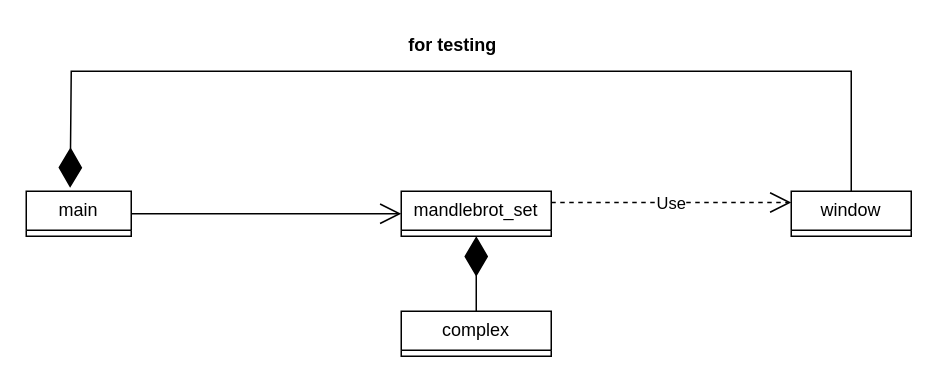
Earlier version of the draw.io diagram class_diagram.drawio (pascaldube01/mandlebrotCPlusPlus). Source tidied: cells renumbered, new cells numbered last; positions are measured from the earlier drawing's top-left corner, leaving out a move shared by most shapes. Both pictures are drawn from the tidied source at 150%, with x=0, y=0 at pixel (26, 26).
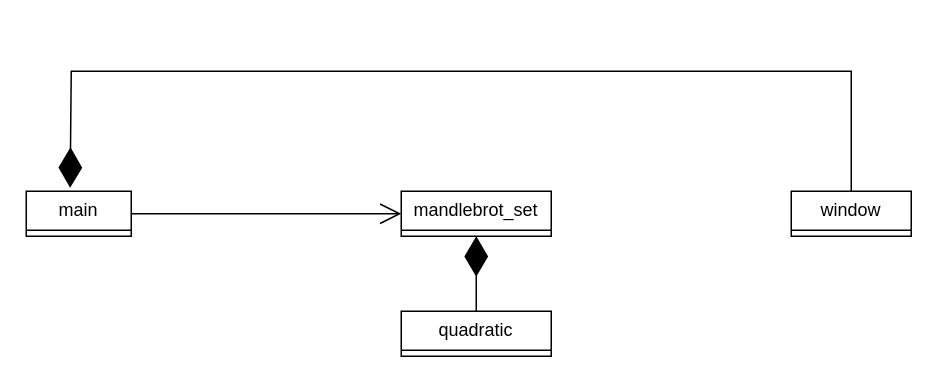
After the change.

Commit message (it also covers changes not shown here):
added quadratic recurence equation

Change to the diagram source:
```diff
@@
 <mxGraphModel>
   <root>
     <mxCell id="0" />
     <mxCell id="1" parent="0" />
     <mxCell id="2" value="window" style="swimlane;fontStyle=0;horizontal=1;startSize=26;fillColor=none;whiteSpace=wrap;html=1;" parent="1" vertex="1" collapsed="1">
       <mxGeometry x="510" y="110" width="80" height="30" as="geometry" />
     </mxCell>
     <mxCell id="3" value="mandlebrot_set" style="swimlane;fontStyle=0;horizontal=1;startSize=26;fillColor=none;whiteSpace=wrap;html=1;" parent="1" vertex="1" collapsed="1">
       <mxGeometry x="250" y="110" width="100" height="30" as="geometry" />
     </mxCell>
-    <mxCell id="4" value="Use" style="endArrow=open;endSize=12;dashed=1;html=1;rounded=0;exitX=1;exitY=0.25;exitDx=0;exitDy=0;entryX=0;entryY=0.25;entryDx=0;entryDy=0;" parent="1" edge="1" source="3" target="2">
-      <mxGeometry relative="1" as="geometry" />
-    </mxCell>
-    <mxCell id="5" value="complex" style="swimlane;fontStyle=0;horizontal=1;startSize=26;fillColor=none;whiteSpace=wrap;html=1;" parent="1" vertex="1" collapsed="1">
+    <mxCell id="5" value="quadratic" style="swimlane;fontStyle=0;horizontal=1;startSize=26;fillColor=none;whiteSpace=wrap;html=1;" parent="1" vertex="1" collapsed="1">
       <mxGeometry x="250" y="190" width="100" height="30" as="geometry" />
     </mxCell>
     <mxCell id="6" style="endArrow=diamondThin;endFill=1;endSize=24;html=1;rounded=0;exitX=0.5;exitY=0;exitDx=0;exitDy=0;entryX=0.5;entryY=1;entryDx=0;entryDy=0;" parent="1" edge="1" source="5" target="3">
       <mxGeometry relative="1" as="geometry" />
     </mxCell>
     <mxCell id="7" value="main" style="swimlane;fontStyle=0;horizontal=1;startSize=26;fillColor=none;whiteSpace=wrap;html=1;" parent="1" vertex="1" collapsed="1">
       <mxGeometry y="110" width="70" height="30" as="geometry" />
     </mxCell>
     <mxCell id="8" style="endArrow=open;endFill=1;endSize=12;html=1;rounded=0;exitX=1;exitY=0.5;exitDx=0;exitDy=0;entryX=0;entryY=0.5;entryDx=0;entryDy=0;" parent="1" edge="1" source="7" target="3">
       <mxGeometry relative="1" as="geometry" />
     </mxCell>
     <mxCell id="9" style="endArrow=diamondThin;endFill=1;endSize=24;html=1;rounded=0;exitX=0.5;exitY=0;exitDx=0;exitDy=0;entryX=0.418;entryY=-0.076;entryDx=0;entryDy=0;entryPerimeter=0;" parent="1" edge="1" source="2" target="7">
       <mxGeometry relative="1" as="geometry">
         <Array as="points">
           <mxPoint x="550" y="30" />
           <mxPoint x="30" y="30" />
         </Array>
       </mxGeometry>
     </mxCell>
-    <mxCell id="10" value="for testing" style="text;align=center;fontStyle=1;verticalAlign=middle;spacingLeft=3;spacingRight=3;strokeColor=none;html=1;" parent="1" vertex="1">
-      <mxGeometry x="244" width="80" height="26" as="geometry" />
-    </mxCell>
   </root>
 </mxGraphModel>
```
